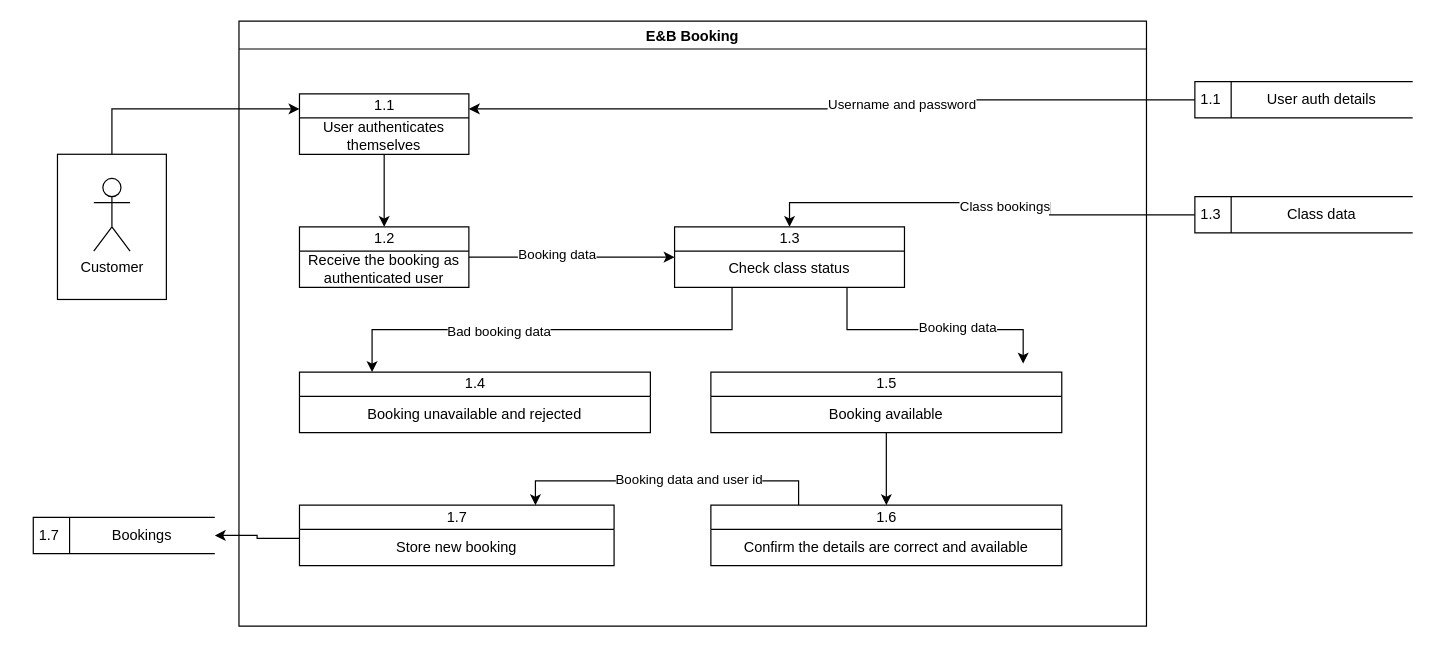
WillTheDeveloper/drawio keeps this draw.io diagram as dfdda.drawio.xml. Above is the earlier version. Source tidied: cells renumbered, new cells numbered last; positions are measured from the earlier drawing's top-left corner, leaving out a move shared by most shapes. Both pictures are drawn from the tidied source at 121%, with x=0, y=0 at pixel (33, 21).
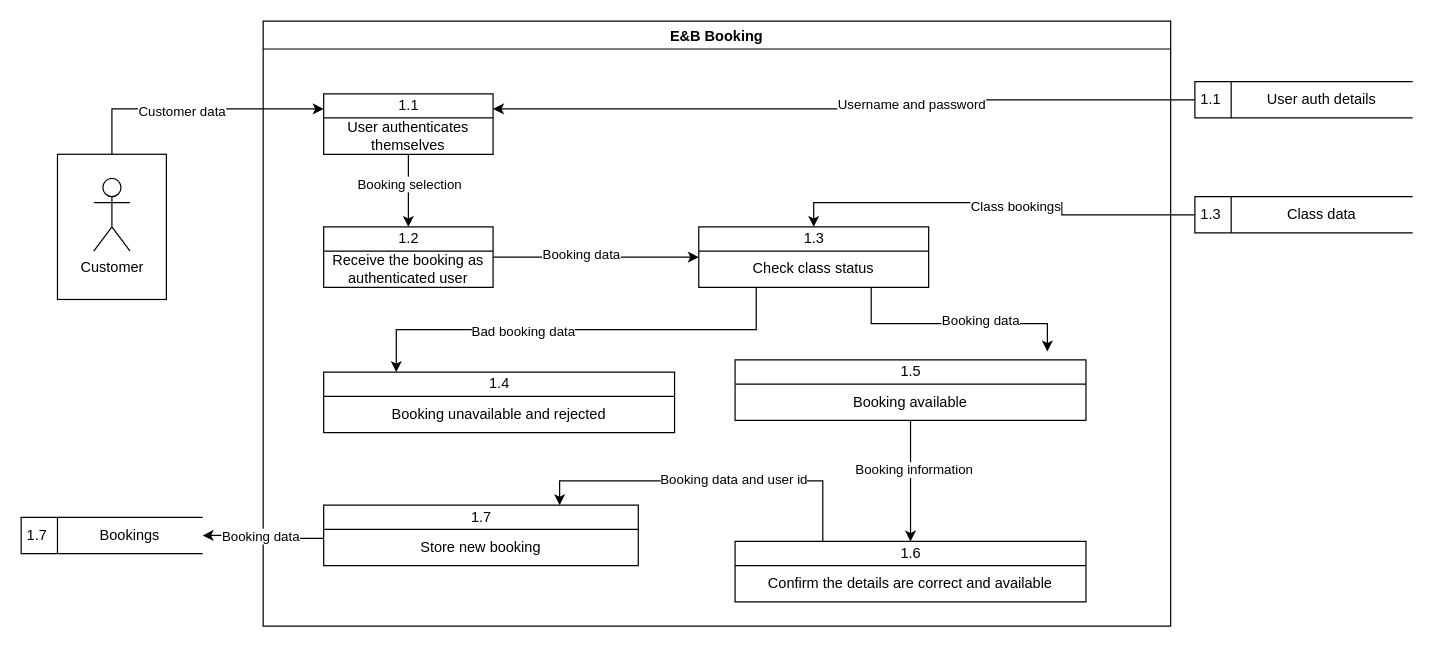
The same diagram, later.

The change refers to these unchanged cells:
```xml
<mxCell id="4" value="User authenticates themselves" style="text;html=1;strokeColor=none;fillColor=none;align=center;verticalAlign=middle;whiteSpace=wrap;rounded=0;" parent="3" vertex="1">
  <mxGeometry y="20" width="140" height="30" as="geometry" />
</mxCell>
<mxCell id="7" value="1.2" style="swimlane;fontStyle=0;horizontal=1;startSize=20;fillColor=#ffffff;swimlaneFillColor=#ffffff;html=1;" parent="2" vertex="1">
  <mxGeometry x="50" y="170" width="140" height="50" as="geometry" />
</mxCell>
<mxCell id="15" value="Booking available" style="text;html=1;strokeColor=none;fillColor=none;align=center;verticalAlign=middle;whiteSpace=wrap;rounded=0;" parent="14" vertex="1">
  <mxGeometry y="20" width="290" height="30" as="geometry" />
</mxCell>
<mxCell id="27" style="edgeStyle=orthogonalEdgeStyle;rounded=0;jettySize=auto;html=1;exitX=0.5;exitY=0;exitDx=0;exitDy=0;entryX=0;entryY=0.25;entryDx=0;entryDy=0;" parent="1" edge="1" source="28" target="3">
  <mxGeometry relative="1" as="geometry" />
</mxCell>
<mxCell id="40" style="edgeStyle=orthogonalEdgeStyle;rounded=0;jettySize=auto;html=1;exitX=0;exitY=0.25;exitDx=0;exitDy=0;" parent="1" edge="1" source="25" target="39">
  <mxGeometry relative="1" as="geometry" />
</mxCell>
```

The edit, as a diff of the source:
```diff
@@
     <mxCell id="2" value="E&amp;B Booking" style="swimlane;" parent="1" vertex="1">
-      <mxGeometry x="170" width="750" height="500" as="geometry" />
+      <mxGeometry x="190" width="750" height="500" as="geometry" />
     </mxCell>
@@
     <mxCell id="9" style="edgeStyle=orthogonalEdgeStyle;rounded=0;jettySize=auto;html=1;exitX=0.5;exitY=1;exitDx=0;exitDy=0;entryX=0.5;entryY=0;entryDx=0;entryDy=0;" parent="2" edge="1" source="4" target="7">
-      <mxGeometry relative="1" as="geometry" />
+      <mxGeometry relative="1" as="geometry">
+        <Array as="points">
+          <mxPoint x="120" y="150" />
+          <mxPoint x="120" y="150" />
+        </Array>
+      </mxGeometry>
     </mxCell>
+    <mxCell id="41" value="Booking selection" style="edgeLabel;html=1;align=center;verticalAlign=middle;" parent="9" vertex="1">
+      <mxGeometry x="-0.2" relative="1" as="geometry" />
+    </mxCell>
@@
     <mxCell id="14" value="1.5" style="swimlane;fontStyle=0;horizontal=1;startSize=20;fillColor=#ffffff;swimlaneFillColor=#ffffff;html=1;" parent="2" vertex="1">
-      <mxGeometry x="390" y="290" width="290" height="50" as="geometry" />
+      <mxGeometry x="390" y="280" width="290" height="50" as="geometry" />
     </mxCell>
@@
     <mxCell id="22" value="1.6" style="swimlane;fontStyle=0;horizontal=1;startSize=20;fillColor=#ffffff;swimlaneFillColor=#ffffff;html=1;" parent="2" vertex="1">
-      <mxGeometry x="390" y="400" width="290" height="50" as="geometry" />
+      <mxGeometry x="390" y="430" width="290" height="50" as="geometry" />
     </mxCell>
@@
     <mxCell id="26" style="edgeStyle=orthogonalEdgeStyle;rounded=0;jettySize=auto;html=1;exitX=0.5;exitY=1;exitDx=0;exitDy=0;entryX=0.5;entryY=0;entryDx=0;entryDy=0;" parent="2" edge="1" source="15" target="22">
-      <mxGeometry relative="1" as="geometry" />
+      <mxGeometry relative="1" as="geometry">
+        <Array as="points">
+          <mxPoint x="535" y="380" />
+          <mxPoint x="535" y="380" />
+        </Array>
+      </mxGeometry>
     </mxCell>
+    <mxCell id="42" value="Booking information" style="edgeLabel;html=1;align=center;verticalAlign=middle;" parent="26" vertex="1">
+      <mxGeometry x="-0.2" y="2" relative="1" as="geometry" />
+    </mxCell>
@@
+    <mxCell id="43" value="Customer data" style="edgeLabel;html=1;align=center;verticalAlign=middle;" parent="27" vertex="1">
+      <mxGeometry x="-0.12" y="-1" relative="1" as="geometry">
+        <mxPoint x="1" y="1" as="offset" />
+      </mxGeometry>
+    </mxCell>
@@
     <mxCell id="38" value="1.7" style="html=1;dashed=0;whitespace=wrap;shape=mxgraph.dfd.dataStoreID;align=left;spacingLeft=3;" parent="1" vertex="1">
-      <mxGeometry y="410" width="150" height="30" as="geometry" />
+      <mxGeometry x="-10" y="410" width="150" height="30" as="geometry" />
     </mxCell>
     <mxCell id="39" value="Bookings" style="text;html=1;strokeColor=none;fillColor=none;align=center;verticalAlign=middle;whiteSpace=wrap;rounded=0;" parent="1" vertex="1">
-      <mxGeometry x="30" y="410" width="120" height="30" as="geometry" />
+      <mxGeometry x="20" y="410" width="120" height="30" as="geometry" />
     </mxCell>
@@
+    <mxCell id="44" value="Booking data" style="edgeLabel;html=1;align=center;verticalAlign=middle;" parent="40" vertex="1">
+      <mxGeometry x="0.27" y="-1" relative="1" as="geometry">
+        <mxPoint x="10" y="1" as="offset" />
+      </mxGeometry>
+    </mxCell>
```
